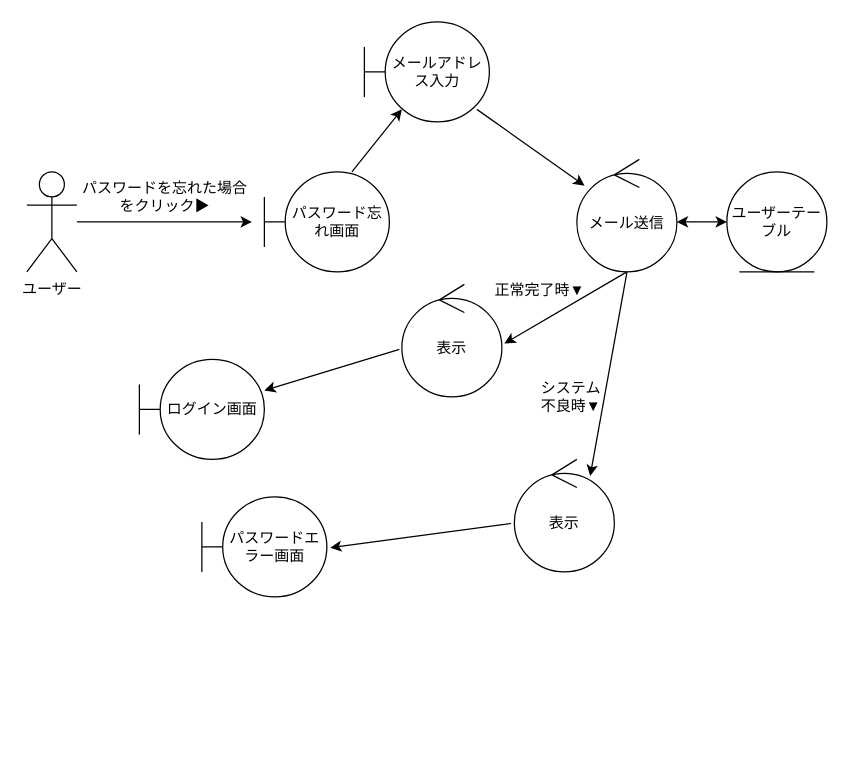
Earlier version of the draw.io diagram page "パスワード変更" (8 of 8) of out/ロバストネス図/ユーザー２-ロバストネス図.drawio (ksw2270227/GroupF). Source tidied: cells renumbered, new cells numbered last; positions are measured from the earlier drawing's top-left corner, leaving out a move shared by most shapes. Both pictures are drawn from the tidied source at 125%, with x=0, y=0 at pixel (26, 21).
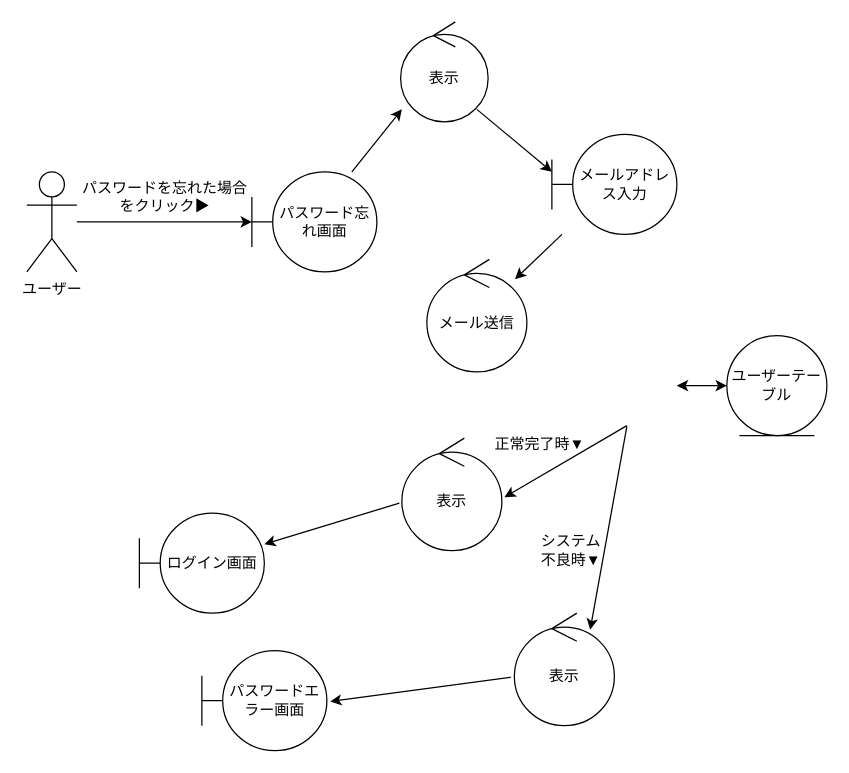
The same diagram, later.

Diff of the diagram source:
```diff
@@
-    <mxCell id="3" value="表示" style="ellipse;shape=umlControl;whiteSpace=wrap;html=1;" parent="1" vertex="1">
-      <mxGeometry x="300" y="210" width="80" height="90" as="geometry" />
-    </mxCell>
-    <mxCell id="4" value="ユーザーテーブル" style="ellipse;shape=umlEntity;whiteSpace=wrap;html=1;" parent="1" vertex="1">
-      <mxGeometry x="560" y="120" width="80" height="80" as="geometry" />
-    </mxCell>
     <mxCell id="5" value="パスワード忘れ画面" style="shape=umlBoundary;whiteSpace=wrap;html=1;" parent="1" vertex="1">
-      <mxGeometry x="190" y="120" width="100" height="80" as="geometry" />
+      <mxGeometry x="180" y="120" width="100" height="80" as="geometry" />
     </mxCell>
-    <mxCell id="6" value="ログイン画面" style="shape=umlBoundary;whiteSpace=wrap;html=1;" parent="1" vertex="1">
-      <mxGeometry x="90" y="270" width="100" height="80" as="geometry" />
-    </mxCell>
     <mxCell id="7" value="メール送信" style="ellipse;shape=umlControl;whiteSpace=wrap;html=1;" parent="1" vertex="1">
-      <mxGeometry x="440" y="110" width="80" height="90" as="geometry" />
+      <mxGeometry x="320" y="190" width="80" height="90" as="geometry" />
     </mxCell>
@@
-    <mxCell id="9" style="endArrow=classic;startArrow=classic;html=1;entryX=0;entryY=0.5;entryDx=0;entryDy=0;" parent="1" edge="1" target="4">
-      <mxGeometry relative="1" as="geometry">
-        <mxPoint x="520" y="160" as="sourcePoint" />
-      </mxGeometry>
-    </mxCell>
-    <mxCell id="10" style="endArrow=classic;html=1;entryX=1.025;entryY=0.526;entryDx=0;entryDy=0;entryPerimeter=0;" parent="1" edge="1" target="3">
-      <mxGeometry relative="1" as="geometry">
-        <mxPoint x="480" y="200" as="sourcePoint" />
-      </mxGeometry>
-    </mxCell>
-    <mxCell id="11" style="endArrow=classic;html=1;exitX=-0.025;exitY=0.578;exitDx=0;exitDy=0;exitPerimeter=0;" parent="1" edge="1" source="3" target="6">
-      <mxGeometry relative="1" as="geometry" />
-    </mxCell>
-    <mxCell id="12" value="正常完了時▼" style="text;html=1;align=center;verticalAlign=middle;strokeColor=none;fillColor=none;" parent="1" vertex="1">
-      <mxGeometry x="360" y="200" width="100" height="30" as="geometry" />
-    </mxCell>
-    <mxCell id="13" value="パスワードエラー画面" style="shape=umlBoundary;whiteSpace=wrap;html=1;" parent="1" vertex="1">
-      <mxGeometry x="140" y="380" width="100" height="80" as="geometry" />
-    </mxCell>
-    <mxCell id="14" value="表示" style="ellipse;shape=umlControl;whiteSpace=wrap;html=1;" parent="1" vertex="1">
-      <mxGeometry x="390" y="350" width="80" height="90" as="geometry" />
-    </mxCell>
-    <mxCell id="15" style="endArrow=classic;html=1;exitX=0.5;exitY=1.007;exitDx=0;exitDy=0;exitPerimeter=0;entryX=0.758;entryY=0.148;entryDx=0;entryDy=0;entryPerimeter=0;" parent="1" edge="1" source="7" target="14">
-      <mxGeometry relative="1" as="geometry" />
-    </mxCell>
-    <mxCell id="16" style="endArrow=classic;html=1;exitX=-0.033;exitY=0.57;exitDx=0;exitDy=0;exitPerimeter=0;entryX=1.027;entryY=0.508;entryDx=0;entryDy=0;entryPerimeter=0;" parent="1" edge="1" source="14" target="13">
-      <mxGeometry relative="1" as="geometry" />
-    </mxCell>
-    <mxCell id="17" value="システム&lt;br&gt;不良時▼" style="text;html=1;align=center;verticalAlign=middle;strokeColor=none;fillColor=none;" parent="1" vertex="1">
-      <mxGeometry x="400" y="280" width="70" height="40" as="geometry" />
-    </mxCell>
@@
+    <mxCell id="22" style="edgeStyle=none;html=1;" parent="1" edge="1" source="19" target="7">
+      <mxGeometry relative="1" as="geometry" />
+    </mxCell>
     <mxCell id="19" value="メールアドレス入力" style="shape=umlBoundary;whiteSpace=wrap;html=1;" parent="1" vertex="1">
-      <mxGeometry x="270" width="100" height="80" as="geometry" />
+      <mxGeometry x="420" y="90" width="100" height="80" as="geometry" />
     </mxCell>
@@
-    <mxCell id="21" style="endArrow=classic;html=1;" parent="1" edge="1" target="7">
+    <mxCell id="21" style="endArrow=classic;html=1;" parent="1" edge="1">
       <mxGeometry relative="1" as="geometry">
         <mxPoint x="360" y="70" as="sourcePoint" />
+        <mxPoint x="420" y="120" as="targetPoint" />
       </mxGeometry>
     </mxCell>
+    <mxCell id="23" value="表示" style="ellipse;shape=umlControl;whiteSpace=wrap;html=1;" parent="1" vertex="1">
+      <mxGeometry x="300" y="333" width="80" height="90" as="geometry" />
+    </mxCell>
+    <mxCell id="6" value="ログイン画面" style="shape=umlBoundary;whiteSpace=wrap;html=1;" parent="1" vertex="1">
+      <mxGeometry x="90" y="393" width="100" height="80" as="geometry" />
+    </mxCell>
+    <mxCell id="24" style="endArrow=classic;html=1;entryX=1.025;entryY=0.526;entryDx=0;entryDy=0;entryPerimeter=0;" parent="1" edge="1" target="23">
+      <mxGeometry relative="1" as="geometry">
+        <mxPoint x="480" y="323" as="sourcePoint" />
+      </mxGeometry>
+    </mxCell>
+    <mxCell id="25" style="endArrow=classic;html=1;exitX=-0.025;exitY=0.578;exitDx=0;exitDy=0;exitPerimeter=0;" parent="1" edge="1" source="23" target="6">
+      <mxGeometry relative="1" as="geometry" />
+    </mxCell>
+    <mxCell id="12" value="正常完了時▼" style="text;html=1;align=center;verticalAlign=middle;strokeColor=none;fillColor=none;" parent="1" vertex="1">
+      <mxGeometry x="360" y="323" width="100" height="30" as="geometry" />
+    </mxCell>
+    <mxCell id="13" value="パスワードエラー画面" style="shape=umlBoundary;whiteSpace=wrap;html=1;" parent="1" vertex="1">
+      <mxGeometry x="140" y="503" width="100" height="80" as="geometry" />
+    </mxCell>
+    <mxCell id="26" value="表示" style="ellipse;shape=umlControl;whiteSpace=wrap;html=1;" parent="1" vertex="1">
+      <mxGeometry x="390" y="473" width="80" height="90" as="geometry" />
+    </mxCell>
+    <mxCell id="27" style="endArrow=classic;html=1;exitX=0.5;exitY=1.007;exitDx=0;exitDy=0;exitPerimeter=0;entryX=0.758;entryY=0.148;entryDx=0;entryDy=0;entryPerimeter=0;" parent="1" edge="1" target="26">
+      <mxGeometry relative="1" as="geometry">
+        <mxPoint x="480" y="323.6" as="sourcePoint" />
+      </mxGeometry>
+    </mxCell>
+    <mxCell id="28" style="endArrow=classic;html=1;exitX=-0.033;exitY=0.57;exitDx=0;exitDy=0;exitPerimeter=0;entryX=1.027;entryY=0.508;entryDx=0;entryDy=0;entryPerimeter=0;" parent="1" edge="1" source="26" target="13">
+      <mxGeometry relative="1" as="geometry" />
+    </mxCell>
+    <mxCell id="17" value="システム&lt;br&gt;不良時▼" style="text;html=1;align=center;verticalAlign=middle;strokeColor=none;fillColor=none;" parent="1" vertex="1">
+      <mxGeometry x="400" y="403" width="70" height="40" as="geometry" />
+    </mxCell>
+    <mxCell id="4" value="ユーザーテーブル" style="ellipse;shape=umlEntity;whiteSpace=wrap;html=1;" parent="1" vertex="1">
+      <mxGeometry x="560" y="251" width="80" height="80" as="geometry" />
+    </mxCell>
+    <mxCell id="29" style="endArrow=classic;startArrow=classic;html=1;entryX=0;entryY=0.5;entryDx=0;entryDy=0;" parent="1" edge="1" target="4">
+      <mxGeometry relative="1" as="geometry">
+        <mxPoint x="520" y="291" as="sourcePoint" />
+      </mxGeometry>
+    </mxCell>
+    <mxCell id="30" value="表示" style="ellipse;shape=umlControl;whiteSpace=wrap;html=1;" parent="1" vertex="1">
+      <mxGeometry x="299" width="70" height="80" as="geometry" />
+    </mxCell>
```
